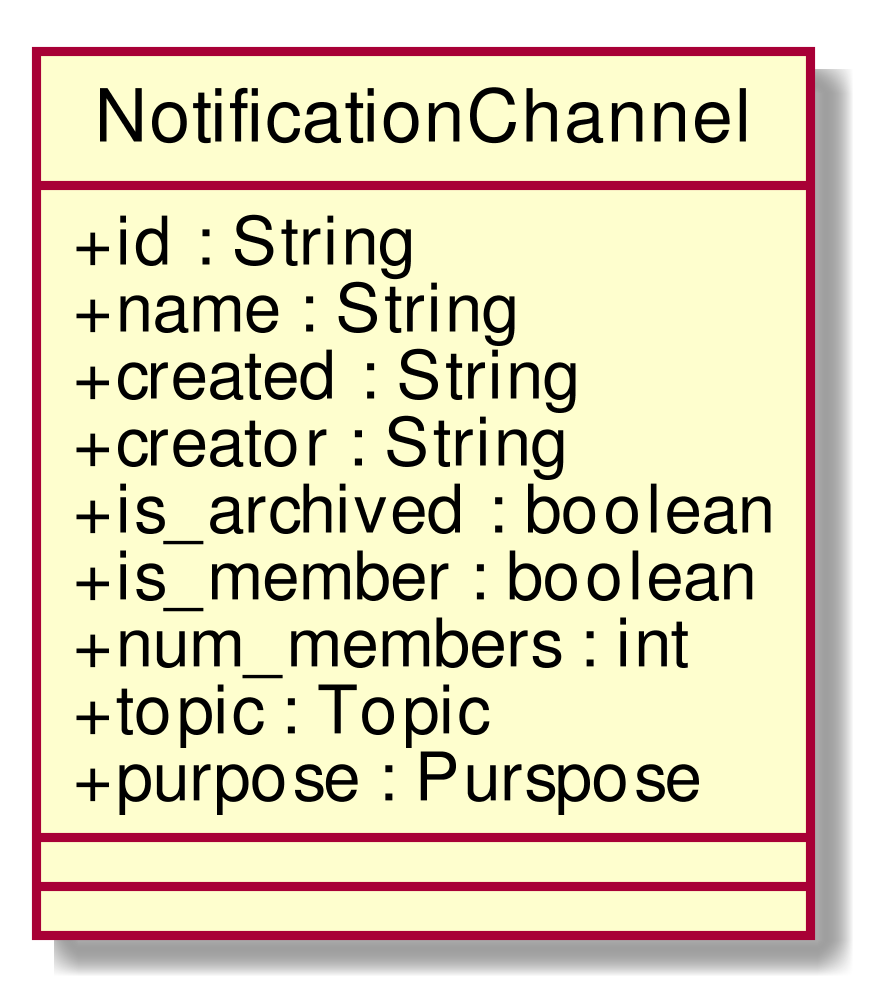
Before: RP/Esterni/DefinizioneDiProdotto/images/ClassNotificationChannel.png, a diagram exported from PlantUML (CoCodeSWE/Docs). Source of this version:
```plantuml
@startuml
scale 1000*1000
skinparam classAttributeIconSize 0
class NotificationChannel{
+ id : String
+ name : String
+ created : String
+ creator : String
+ is_archived : boolean
+ is_member : boolean
+ num_members : int
+ topic : Topic
+ purpose : Purspose
__
__

}
hide circle
@enduml
```
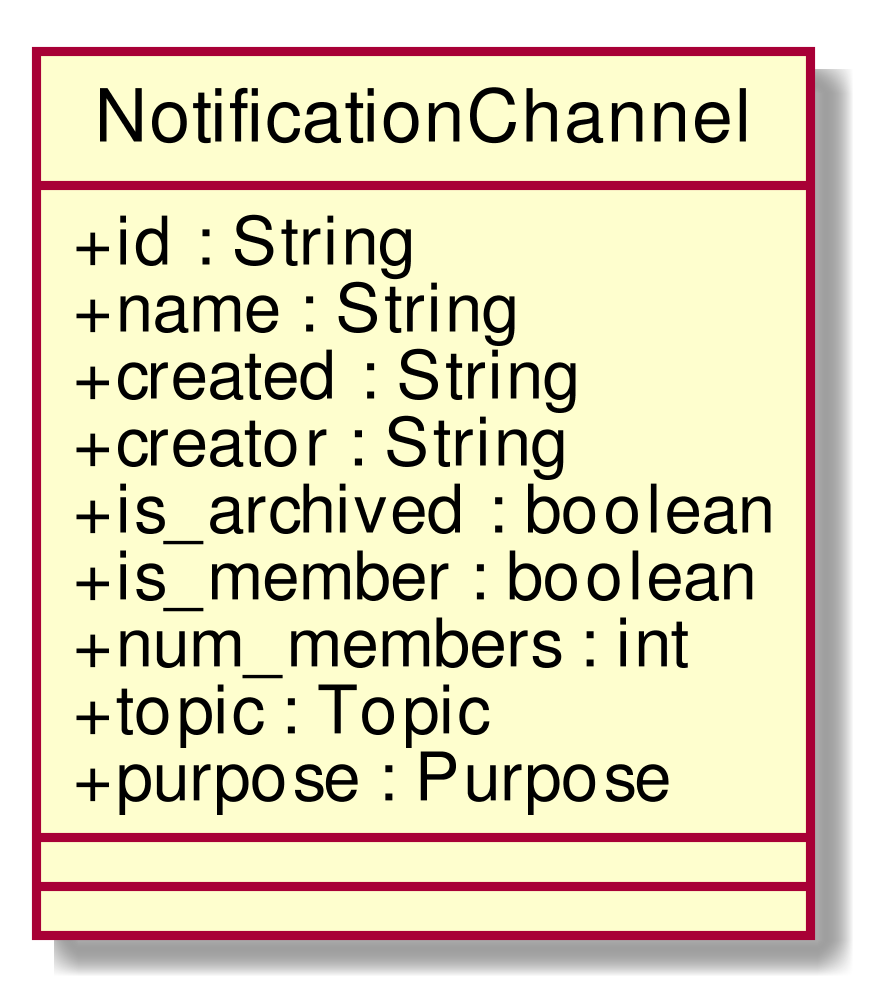
After the commit.

What changed in the source:
```diff
@@ -10,7 +10,7 @@
 + is_member : boolean
 + num_members : int
 + topic : Topic
-+ purpose : Purspose
++ purpose : Purpose
 __
 __
 
```
